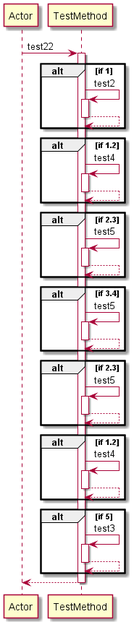
Earlier version of the PlantUML export Diagrams/test22.png (manucapo/Gardener).
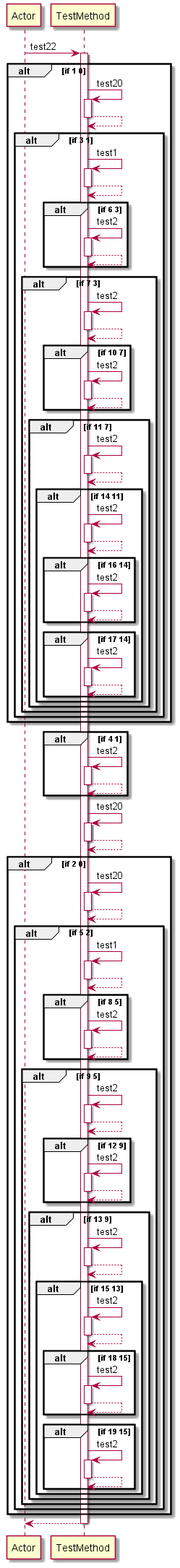
The same file after the commit.

The edit, as a diff of the source:
```diff
@@ -2,47 +2,123 @@
 participant Actor
 Actor -> TestMethod: test22
 activate TestMethod
-alt if 1
+alt if 1 0
+TestMethod -> TestMethod: test20
+activate TestMethod
+TestMethod-->TestMethod
+deactivate TestMethod
+alt if 3 1
+TestMethod -> TestMethod: test1
+activate TestMethod
+TestMethod-->TestMethod
+deactivate TestMethod
+alt if 6 3
 TestMethod -> TestMethod: test2
 activate TestMethod
 TestMethod-->TestMethod
 deactivate TestMethod
 end
-alt if 1.2
-TestMethod -> TestMethod: test4
+alt if 7 3
+TestMethod -> TestMethod: test2
+activate TestMethod
+TestMethod-->TestMethod
+deactivate TestMethod
+alt if 10 7
+TestMethod -> TestMethod: test2
 activate TestMethod
 TestMethod-->TestMethod
 deactivate TestMethod
 end
-alt if 2.3
-TestMethod -> TestMethod: test5
+alt if 11 7
+TestMethod -> TestMethod: test2
+activate TestMethod
+TestMethod-->TestMethod
+deactivate TestMethod
+alt if 14 11
+TestMethod -> TestMethod: test2
+activate TestMethod
+TestMethod-->TestMethod
+deactivate TestMethod
+alt if 16 14
+TestMethod -> TestMethod: test2
 activate TestMethod
 TestMethod-->TestMethod
 deactivate TestMethod
 end
-alt if 3.4
-TestMethod -> TestMethod: test5
+alt if 17 14
+TestMethod -> TestMethod: test2
 activate TestMethod
 TestMethod-->TestMethod
 deactivate TestMethod
 end
-alt if 2.3
-TestMethod -> TestMethod: test5
+end
+end
+end
+end
+end
+alt if 4 1
+TestMethod -> TestMethod: test2
 activate TestMethod
 TestMethod-->TestMethod
 deactivate TestMethod
 end
-alt if 1.2
-TestMethod -> TestMethod: test4
+TestMethod -> TestMethod: test20
+activate TestMethod
+TestMethod-->TestMethod
+deactivate TestMethod
+alt if 2 0
+TestMethod -> TestMethod: test20
+activate TestMethod
+TestMethod-->TestMethod
+deactivate TestMethod
+alt if 5 2
+TestMethod -> TestMethod: test1
+activate TestMethod
+TestMethod-->TestMethod
+deactivate TestMethod
+alt if 8 5
+TestMethod -> TestMethod: test2
 activate TestMethod
 TestMethod-->TestMethod
 deactivate TestMethod
 end
-alt if 5
-TestMethod -> TestMethod: test3
+alt if 9 5
+TestMethod -> TestMethod: test2
+activate TestMethod
+TestMethod-->TestMethod
+deactivate TestMethod
+alt if 12 9
+TestMethod -> TestMethod: test2
 activate TestMethod
 TestMethod-->TestMethod
 deactivate TestMethod
 end
+alt if 13 9
+TestMethod -> TestMethod: test2
+activate TestMethod
+TestMethod-->TestMethod
+deactivate TestMethod
+alt if 15 13
+TestMethod -> TestMethod: test2
+activate TestMethod
+TestMethod-->TestMethod
+deactivate TestMethod
+alt if 18 15
+TestMethod -> TestMethod: test2
+activate TestMethod
+TestMethod-->TestMethod
+deactivate TestMethod
+end
+alt if 19 15
+TestMethod -> TestMethod: test2
+activate TestMethod
+TestMethod-->TestMethod
+deactivate TestMethod
+end
+end
+end
+end
+end
+end
 return
 @enduml
```
